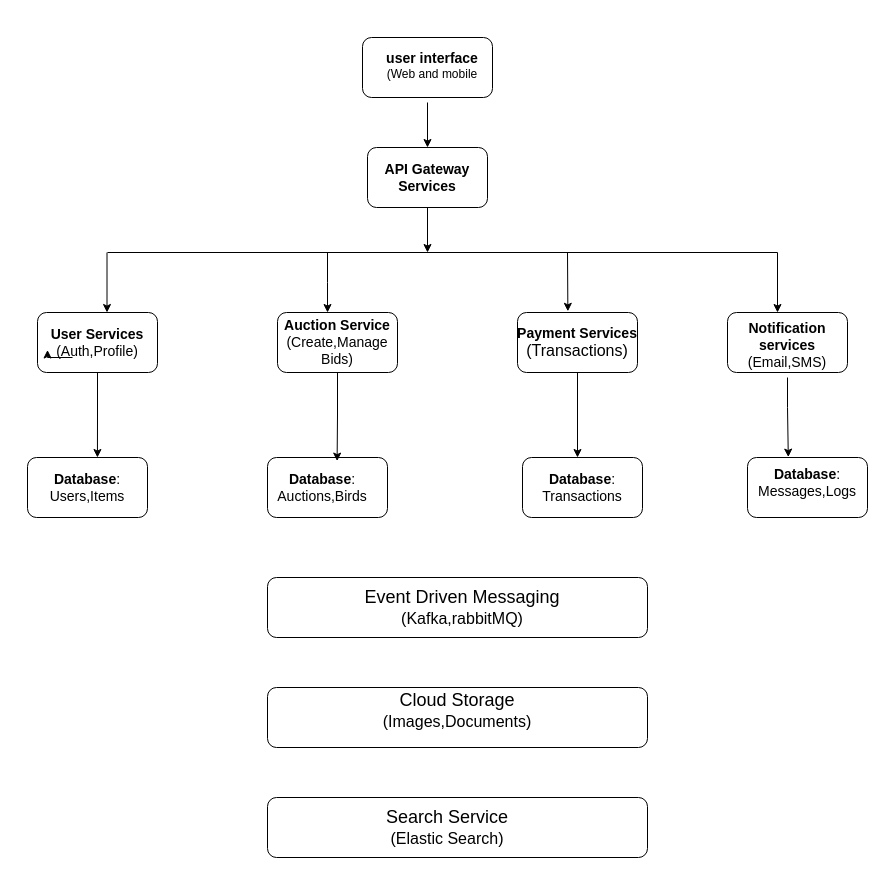
Above: Untitled Diagram.drawio in Abhilash31304/auction_BidBox (draw.io), before the change. Source tidied: cells renumbered, new cells numbered last; positions are measured from the earlier drawing's top-left corner, leaving out a move shared by most shapes. Both pictures are drawn from the tidied source at 100%, with x=0, y=0 at pixel (17, 17).
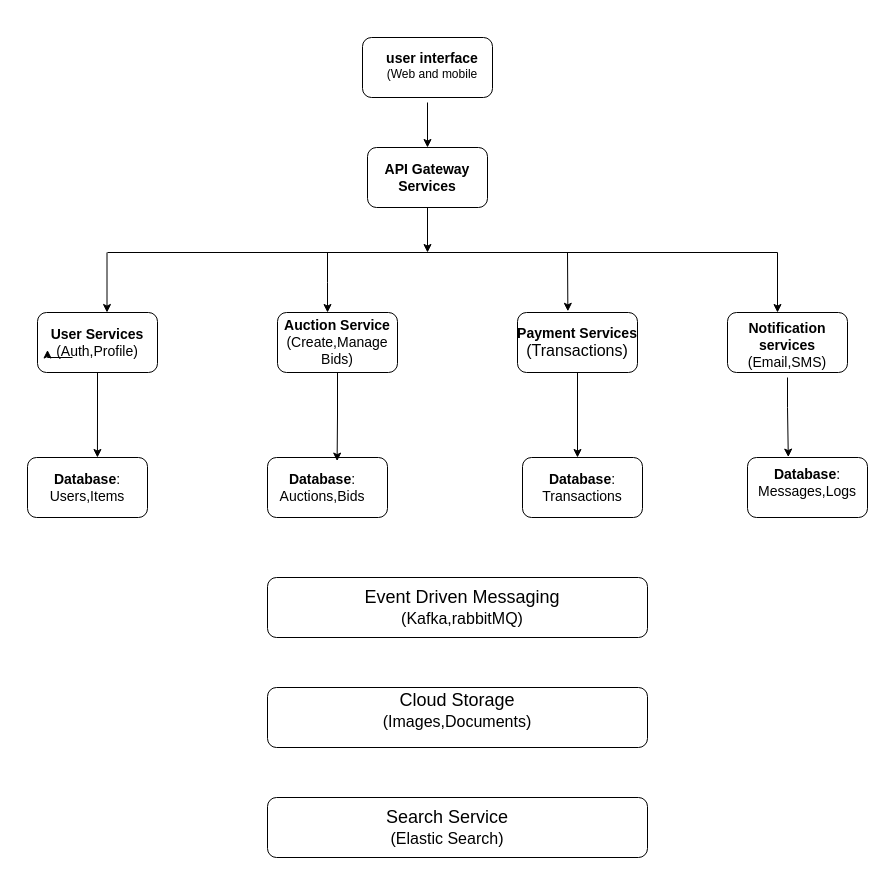
The same page after the edit.

Diff of the diagram source:
```diff
@@
-    <mxCell id="26" value="&lt;font style=&quot;font-size: 14px;&quot;&gt;&lt;b&gt;Database&lt;/b&gt;:&lt;/font&gt;&lt;div&gt;&lt;span style=&quot;font-size: 14px;&quot;&gt;Auctions,Birds&lt;/span&gt;&lt;/div&gt;" style="text;html=1;align=center;verticalAlign=middle;whiteSpace=wrap;rounded=0;" parent="1" vertex="1">
+    <mxCell id="26" value="&lt;font style=&quot;font-size: 14px;&quot;&gt;&lt;b&gt;Database&lt;/b&gt;:&lt;/font&gt;&lt;div&gt;&lt;span style=&quot;font-size: 14px;&quot;&gt;Auctions,Bids&lt;/span&gt;&lt;/div&gt;" style="text;html=1;align=center;verticalAlign=middle;whiteSpace=wrap;rounded=0;" parent="1" vertex="1">
       <mxGeometry x="270" y="455" width="70" height="30" as="geometry" />
     </mxCell>
```
